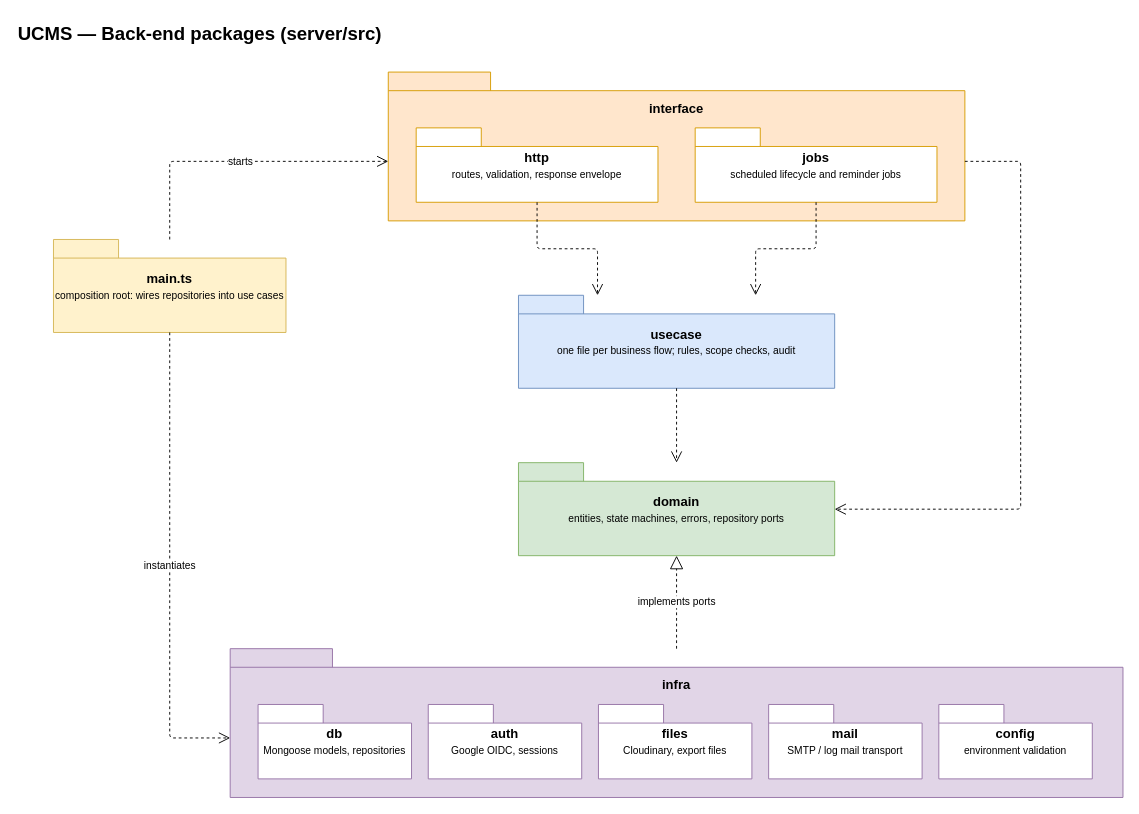
Above: page "Back-end packages" (2 of 2) of docs/03-diagrams/UCMS_Package_Diagrams.drawio in nvdekay/ClubManagementSystem (draw.io), before the change. Source tidied: cells renumbered, new cells numbered last; positions are measured from the earlier drawing's top-left corner, leaving out a move shared by most shapes. Both pictures are drawn from the tidied source at 93%, with x=0, y=0 at pixel (16, 16).
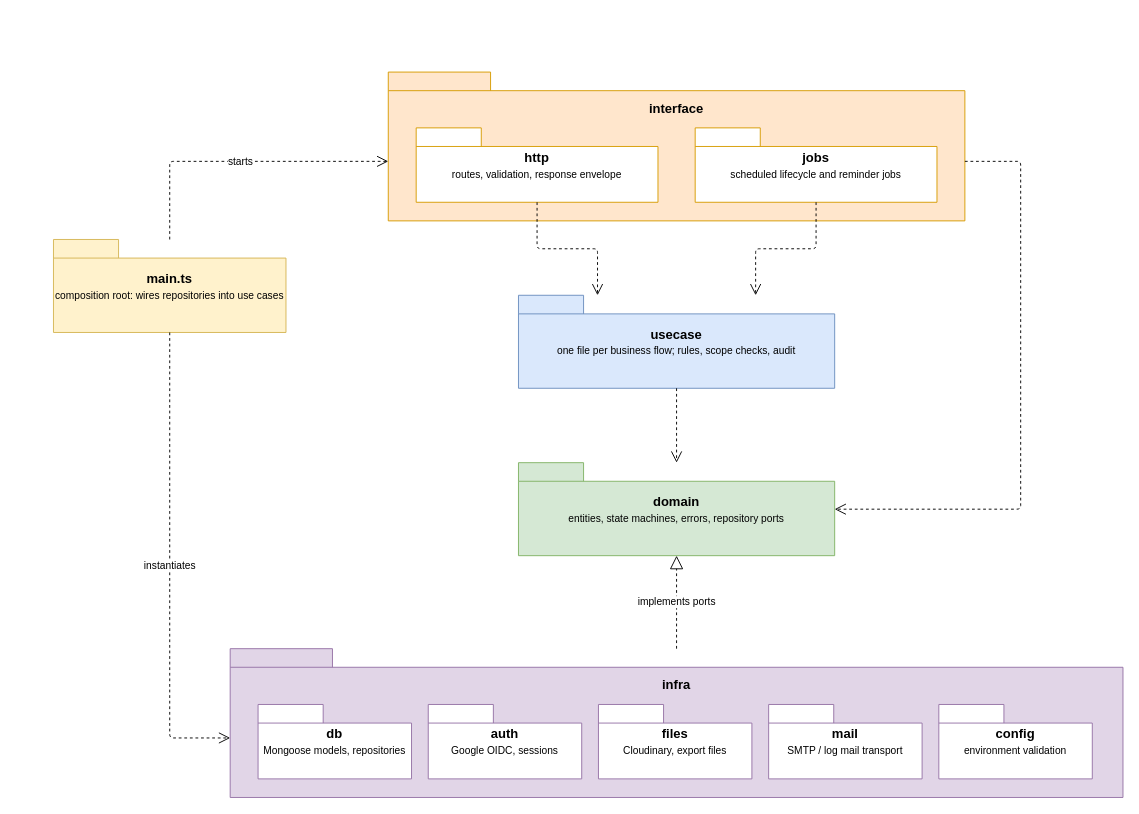
The same diagram, later.

What changed in the source:
```diff
@@
-    <mxCell id="2" value="UCMS — Back-end packages (server/src)" style="text;html=1;strokeColor=none;fillColor=none;align=left;verticalAlign=middle;fontSize=20;fontStyle=1;" parent="1" vertex="1">
-      <mxGeometry width="900" height="36" as="geometry" />
-    </mxCell>
```
